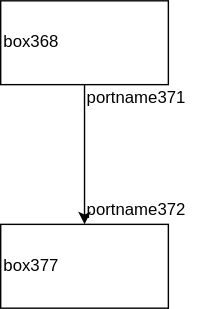
Before: bootstrap-svg/yed_compiler_as_svg.svg, a diagram exported from draw.io (bmfbp/bmfbp). Source tidied: cells renumbered, new cells last; positions are measured from the earlier drawing's top-left corner, leaving out a move shared by most shapes.
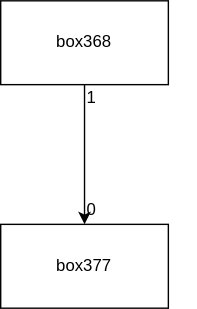
Above is the later version.

The edit, as a diff of the source:
```diff
@@ -2,7 +2,7 @@
   <root>
     <mxCell id="0" />
     <mxCell id="1" parent="0" />
-    <mxCell id="2" value="box368" style="rounded=0;align=left;" parent="1" vertex="1">
+    <mxCell id="2" value="box368" style="rounded=0;align=center;" parent="1" vertex="1">
       <mxGeometry width="120" height="60" as="geometry" />
     </mxCell>
     <mxCell id="3" style="endArrow=classic;entryX=0.5;entryY=0;exitX=0.5;exitY=1;" parent="1" edge="1" source="2">
@@ -10,13 +10,13 @@
         <mxPoint x="60" y="160" as="targetPoint" />
       </mxGeometry>
     </mxCell>
-    <mxCell id="4" value="portname372" style="text;strokeColor=none;fillColor=none;align=left;verticalAlign=middle;rounded=0;" parent="1" vertex="1">
+    <mxCell id="4" value="0" style="text;strokeColor=none;fillColor=none;align=left;verticalAlign=middle;rounded=0;" parent="1" vertex="1">
       <mxGeometry x="60" y="140" width="80" height="20" as="geometry" />
     </mxCell>
-    <mxCell id="5" value="portname371" style="text;strokeColor=none;fillColor=none;align=left;verticalAlign=middle;rounded=0;" parent="1" vertex="1">
+    <mxCell id="5" value="1" style="text;strokeColor=none;fillColor=none;align=left;verticalAlign=middle;rounded=0;" parent="1" vertex="1">
       <mxGeometry x="60" y="60" width="80" height="20" as="geometry" />
     </mxCell>
-    <mxCell id="6" value="box377" style="rounded=0;align=left;" parent="1" vertex="1">
+    <mxCell id="6" value="box377" style="rounded=0;align=center;" parent="1" vertex="1">
       <mxGeometry y="160" width="120" height="60" as="geometry" />
     </mxCell>
   </root>
```
